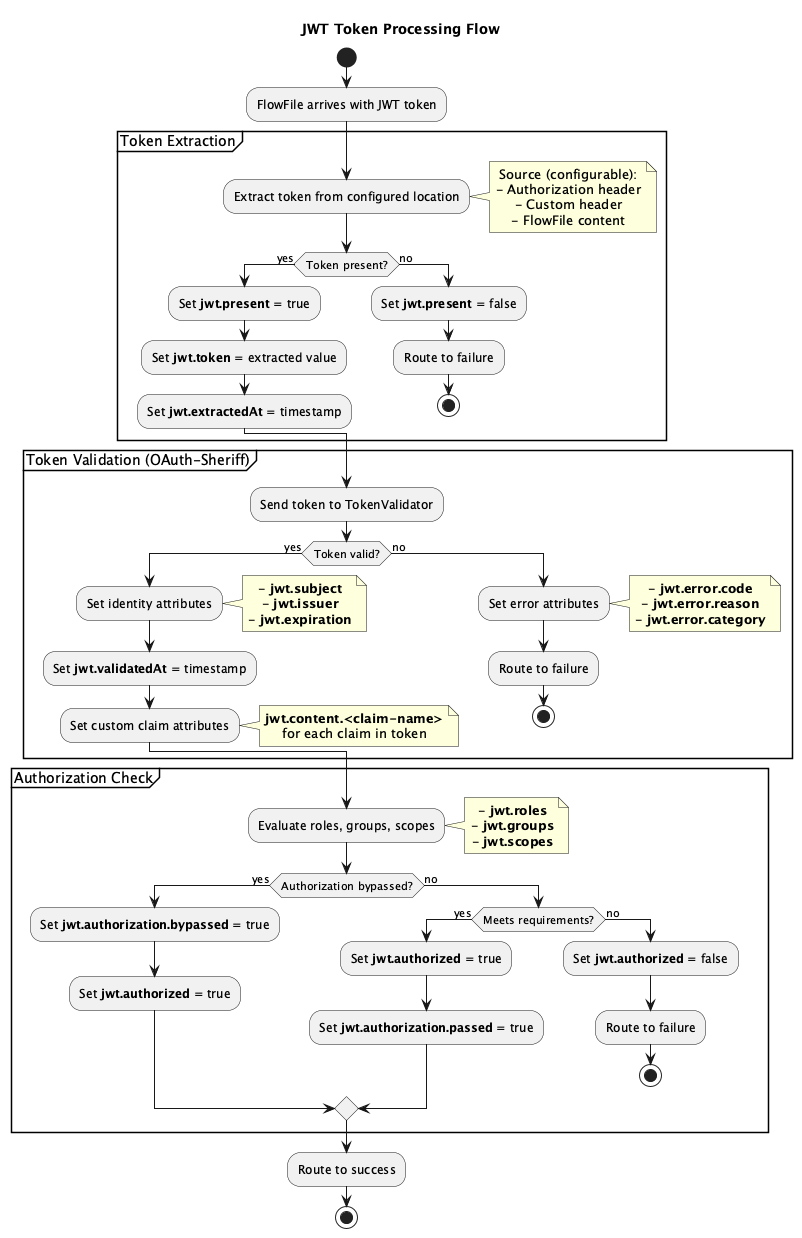
This is doc/plantuml/jwt-token-flow.png from cuioss/nifi-extensions, a PlantUML export, as it was before one commit.
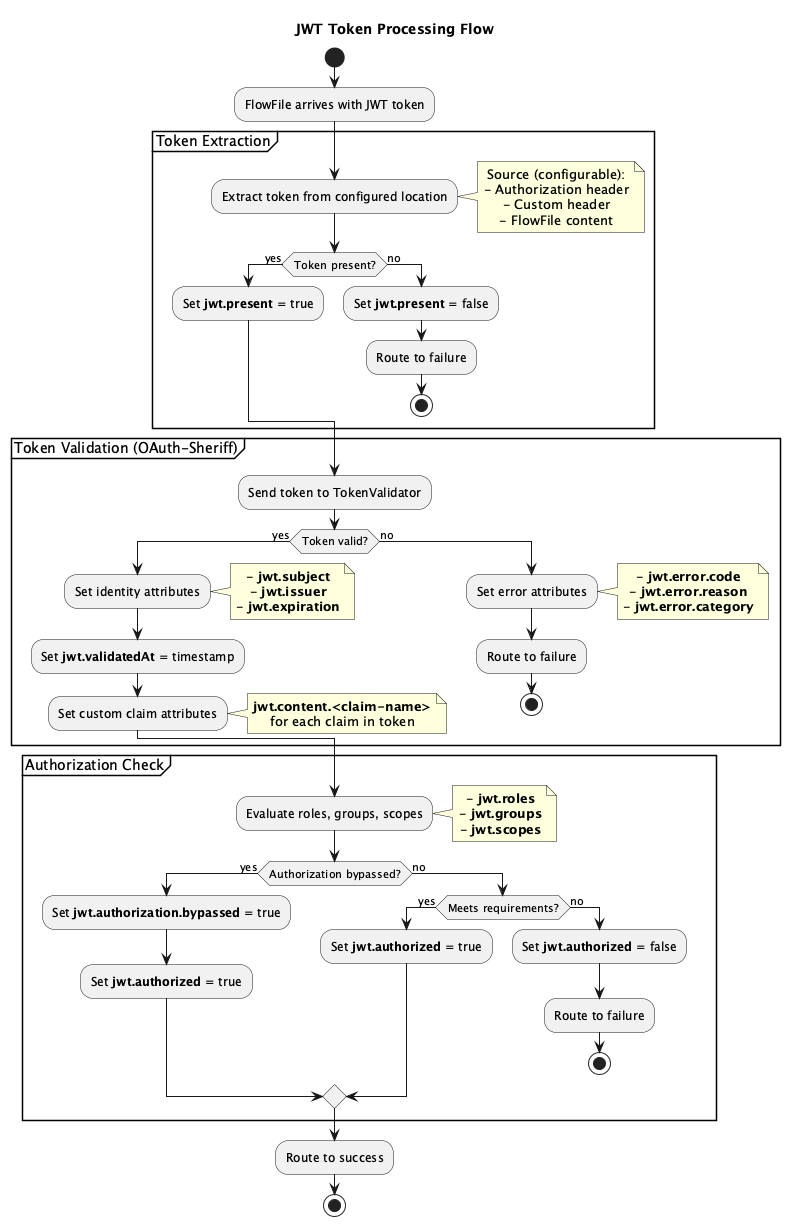
The same file after the commit.

Commit message:
fix: remove inaccurate attributes from jwt-token-flow diagram

Remove jwt.token, jwt.extractedAt (only set by JWTTokenAuthenticator)
and jwt.authorization.passed (declared but never written) from the
MultiIssuerJWTTokenAuthenticator data flow diagram.

Change to the diagram source:
```diff
@@ -20,8 +20,6 @@
 
   if (Token present?) then (yes)
     :Set **jwt.present** = true;
-    :Set **jwt.token** = extracted value;
-    :Set **jwt.extractedAt** = timestamp;
   else (no)
     :Set **jwt.present** = false;
     :Route to failure;
@@ -73,7 +71,6 @@
   else (no)
     if (Meets requirements?) then (yes)
       :Set **jwt.authorized** = true;
-      :Set **jwt.authorization.passed** = true;
     else (no)
       :Set **jwt.authorized** = false;
       :Route to failure;
```
